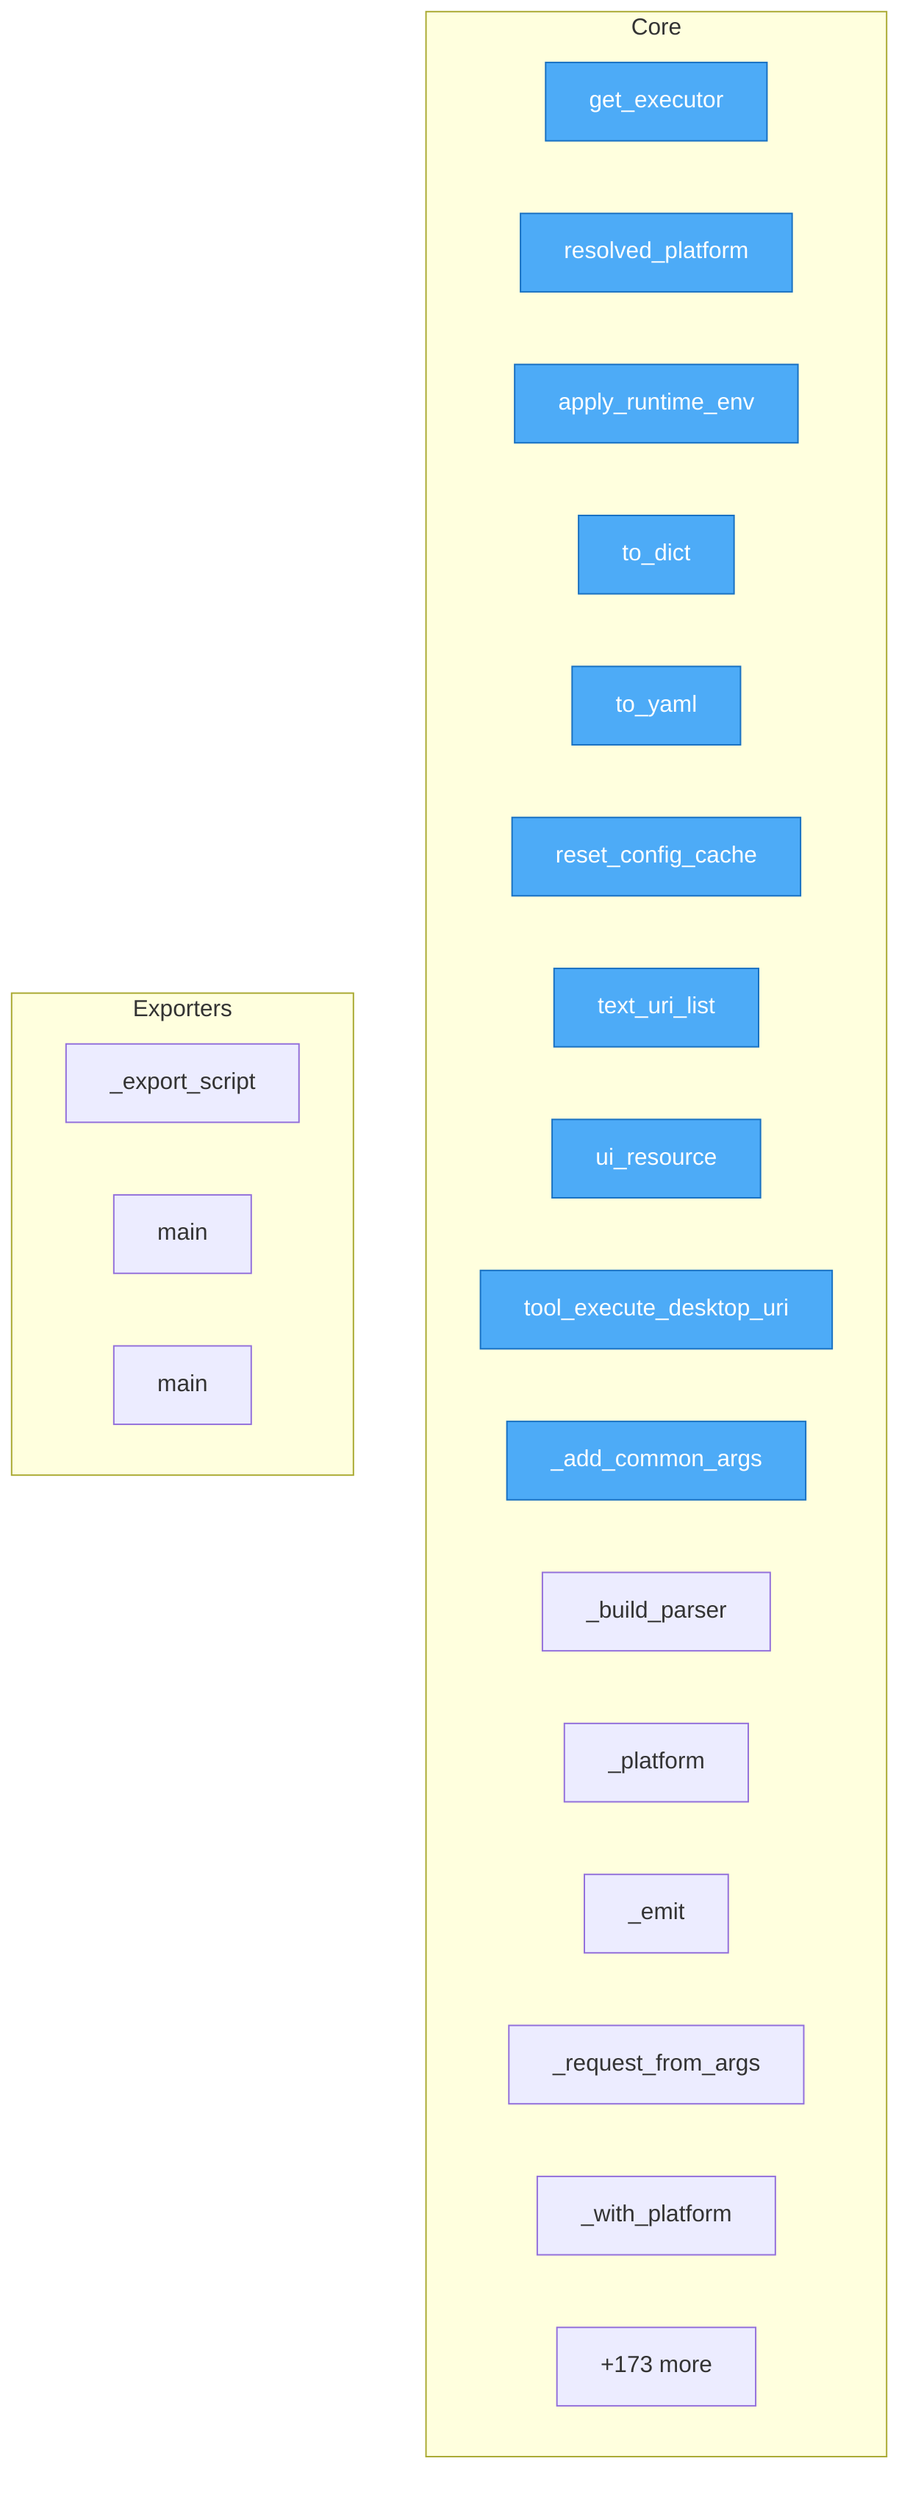
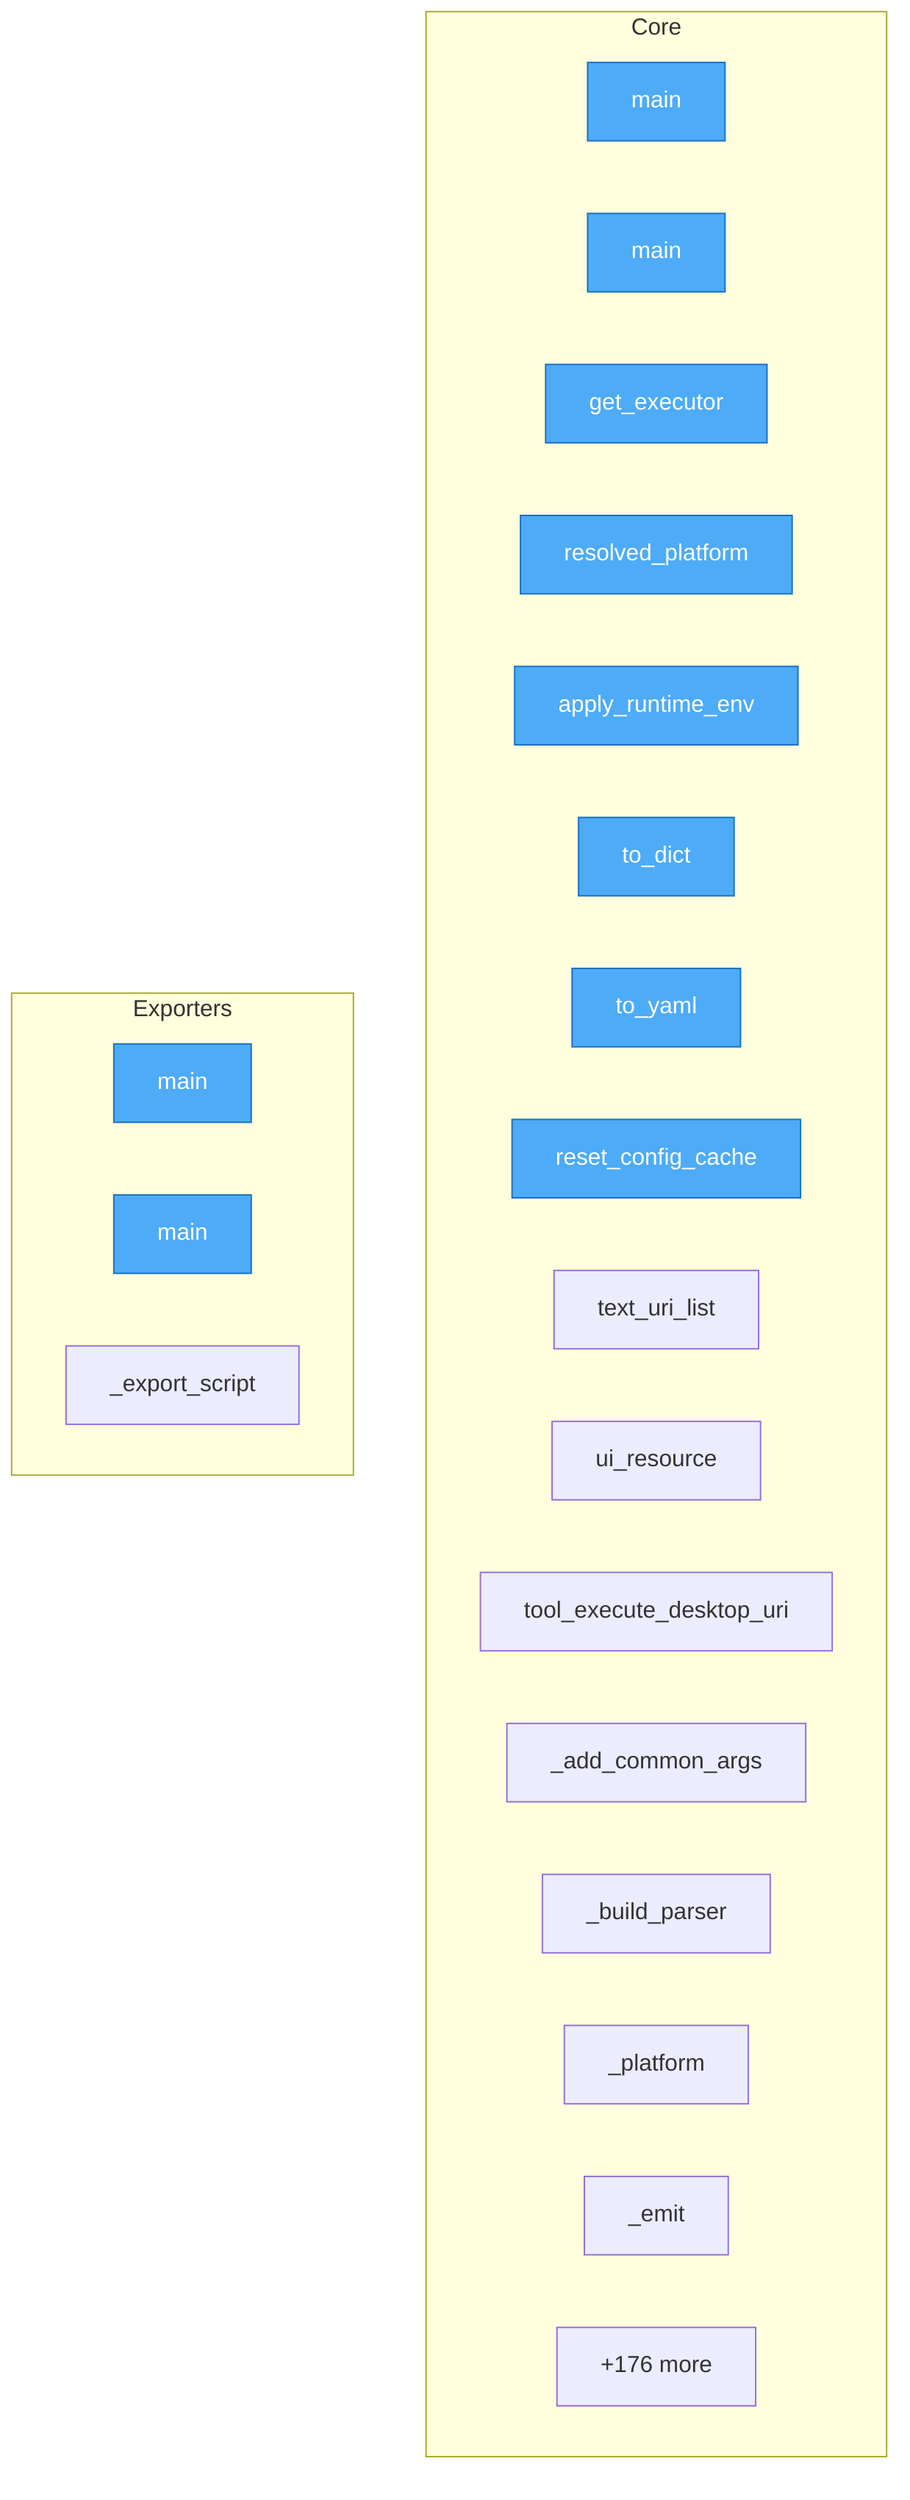
flowchart TD
%% generated in 0.02s

    %% Entry points (blue)
    classDef entry fill:#4dabf7,stroke:#1971c2,color:#fff

    subgraph Core
+         schemas__codegen__fix_proto_imports__main["main"]
+         schemas__codegen__scaffold_scheme__main["main"]
        src__nlp2uri__runtime__get_executor["get_executor"]
        src__nlp2uri__config__NLP2URIConfig__resolved_platform["resolved_platform"]
        src__nlp2uri__config__NLP2URIConfig__apply_runtime_env["apply_runtime_env"]
        src__nlp2uri__config__NLP2URIConfig__to_dict["to_dict"]
        src__nlp2uri__config__NLP2URIConfig__to_yaml["to_yaml"]
        src__nlp2uri__config__reset_config_cache["reset_config_cache"]
        src__nlp2uri__mcp__text_uri_list["text_uri_list"]
        src__nlp2uri__mcp__ui_resource["ui_resource"]
        src__nlp2uri__mcp__tool_execute_desktop_uri["tool_execute_desktop_uri"]
        src__nlp2uri__cli___add_common_args["_add_common_args"]
        src__nlp2uri__cli___build_parser["_build_parser"]
        src__nlp2uri__cli___platform["_platform"]
        src__nlp2uri__cli___emit["_emit"]
-         src__nlp2uri__cli___request_from_args["_request_from_args"]
-         src__nlp2uri__cli___with_platform["_with_platform"]
-         ...["+173 more"]
+         ...["+176 more"]
    end

    subgraph Exporters
+         schemas__codegen__export_mcp_schemas__main["main"]
+         schemas__codegen__export_driver_stubs__main["main"]
        src__nlp2uri__adapters__shell__ShellAdapter___export_script["_export_script"]
-         schemas__codegen__export_driver_stubs__main["main"]
-         schemas__codegen__export_mcp_schemas__main["main"]
    end

-     class src__nlp2uri__runtime__get_executor,src__nlp2uri__config__NLP2URIConfig__resolved_platform,src__nlp2uri__config__NLP2URIConfig__apply_runtime_env,src__nlp2uri__config__NLP2URIConfig__to_dict,src__nlp2uri__config__NLP2URIConfig__to_yaml,src__nlp2uri__config__reset_config_cache,src__nlp2uri__mcp__text_uri_list,src__nlp2uri__mcp__ui_resource,src__nlp2uri__mcp__tool_execute_desktop_uri,src__nlp2uri__cli___add_common_args entry
+     class schemas__codegen__fix_proto_imports__main,schemas__codegen__export_mcp_schemas__main,schemas__codegen__export_driver_stubs__main,schemas__codegen__scaffold_scheme__main,src__nlp2uri__runtime__get_executor,src__nlp2uri__config__NLP2URIConfig__resolved_platform,src__nlp2uri__config__NLP2URIConfig__apply_runtime_env,src__nlp2uri__config__NLP2URIConfig__to_dict,src__nlp2uri__config__NLP2URIConfig__to_yaml,src__nlp2uri__config__reset_config_cache entry
